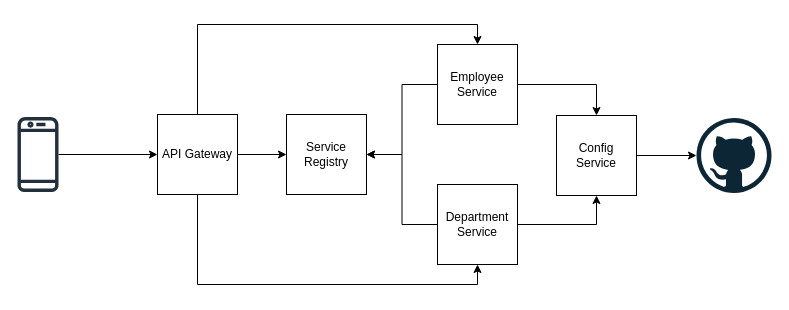
Before: SpringCloud.drawio in fhermq/diagrams, a draw.io diagram. Source tidied: cells renumbered, new cells numbered last; positions are measured from the earlier drawing's top-left corner, leaving out a move shared by most shapes. Both pictures are drawn from the tidied source at 100%, with x=0, y=0 at pixel (17, 24).
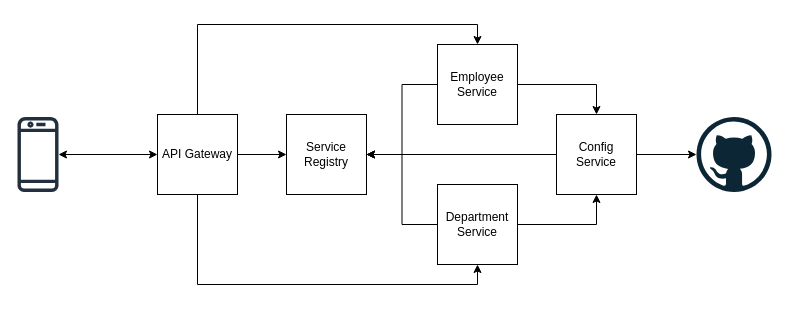
The same diagram, later.

Unchanged cells that the change refers to:
```xml
<mxCell id="5" value="API Gateway" style="whiteSpace=wrap;html=1;" parent="1" vertex="1">
  <mxGeometry x="140" y="90" width="80" height="80" as="geometry" />
</mxCell>
<mxCell id="6" value="Service Registry" style="whiteSpace=wrap;html=1;" parent="1" vertex="1">
  <mxGeometry x="269" y="90" width="80" height="80" as="geometry" />
</mxCell>
<mxCell id="14" style="sketch=0;outlineConnect=0;fontColor=#232F3E;gradientColor=none;fillColor=#232F3D;strokeColor=none;dashed=0;verticalLabelPosition=bottom;verticalAlign=top;align=center;html=1;fontSize=12;fontStyle=0;shape=mxgraph.aws4.mobile_client;" parent="1" vertex="1">
  <mxGeometry y="91" width="41" height="78" as="geometry" />
</mxCell>
```

Diff of the diagram source:
```diff
@@
-    <mxCell id="13" style="edgeStyle=orthogonalEdgeStyle;rounded=0;jettySize=auto;html=1;" parent="1" edge="1" source="14" target="5">
+    <mxCell id="13" style="edgeStyle=orthogonalEdgeStyle;rounded=0;jettySize=auto;html=1;startArrow=classic;startFill=1;" parent="1" edge="1" source="14" target="5">
       <mxGeometry relative="1" as="geometry" />
     </mxCell>
@@
+    <mxCell id="18" style="edgeStyle=orthogonalEdgeStyle;rounded=0;jettySize=auto;html=1;" parent="1" edge="1" source="16" target="6">
+      <mxGeometry relative="1" as="geometry" />
+    </mxCell>
     <mxCell id="16" value="Config Service" style="whiteSpace=wrap;html=1;" parent="1" vertex="1">
-      <mxGeometry x="539" y="91" width="80" height="80" as="geometry" />
+      <mxGeometry x="539" y="90" width="80" height="80" as="geometry" />
     </mxCell>
     <mxCell id="17" style="dashed=0;outlineConnect=0;html=1;align=center;labelPosition=center;verticalLabelPosition=bottom;verticalAlign=top;shape=mxgraph.weblogos.github;" parent="1" vertex="1">
-      <mxGeometry x="679" y="93.5" width="75" height="75" as="geometry" />
+      <mxGeometry x="679" y="92.5" width="75" height="75" as="geometry" />
     </mxCell>
```
